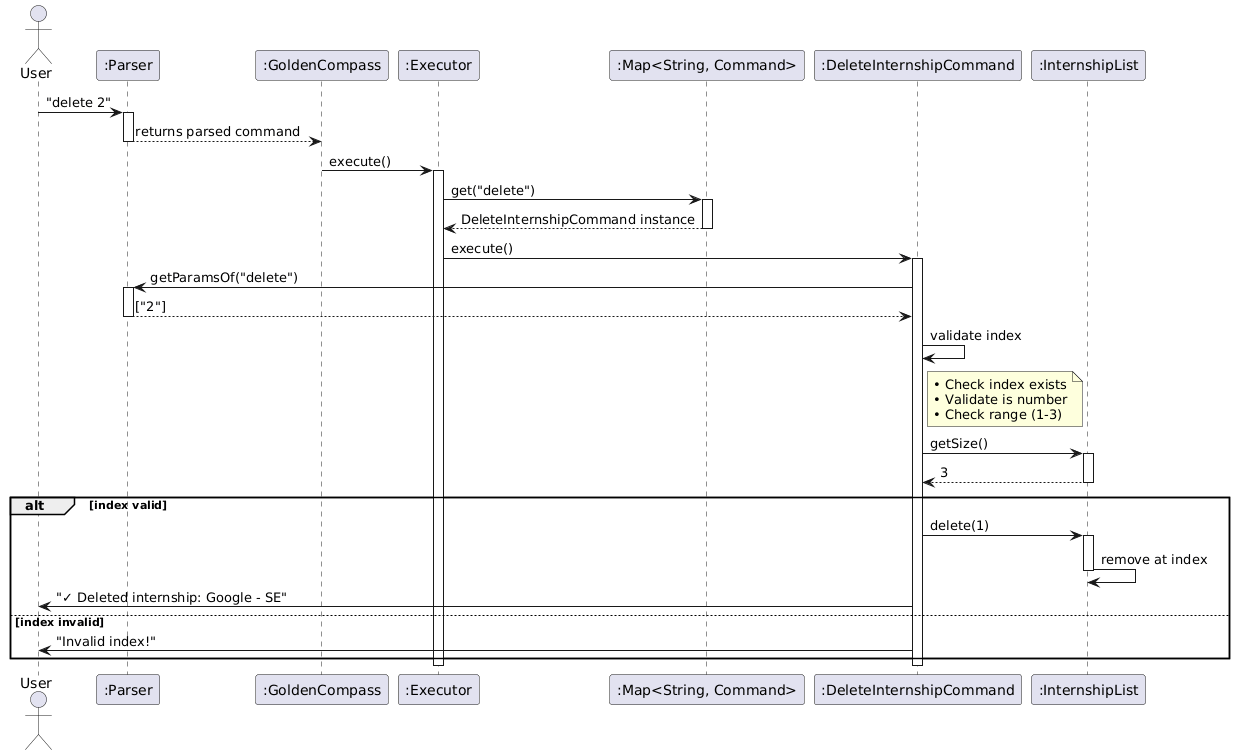
Yian123330/tp keeps this PlantUML diagram as docs/diagrams/DeleteInternshipCommandSequenceDiagram.png. Above is the earlier version. Its diagram source:
```plantuml
@startuml
actor User
participant ":Parser" as Parser
participant ":GoldenCompass" as GC
participant ":Executor" as Exec
participant ":Map<String, Command>" as CommandMap
participant ":DeleteInternshipCommand" as Cmd
participant ":InternshipList" as List

User -> Parser : "delete 2"
activate Parser
Parser --> GC : returns parsed command
deactivate Parser

GC -> Exec : execute()
activate Exec

Exec -> CommandMap : get("delete")
activate CommandMap
CommandMap --> Exec : DeleteInternshipCommand instance
deactivate CommandMap

Exec -> Cmd : execute()
activate Cmd

Cmd -> Parser : getParamsOf("delete")
activate Parser
Parser --> Cmd : ["2"]
deactivate Parser

Cmd -> Cmd : validate index
note right of Cmd : • Check index exists\n• Validate is number\n• Check range (1-3)

Cmd -> List : getSize()
activate List
List --> Cmd : 3
deactivate List

alt index valid
    Cmd -> List : delete(1)
    activate List
    List -> List : remove at index
    deactivate List

    Cmd -> User : "✓ Deleted internship: Google - SE"
else index invalid
    Cmd -> User : "Invalid index!"
end

deactivate Cmd
deactivate Exec
@enduml
```
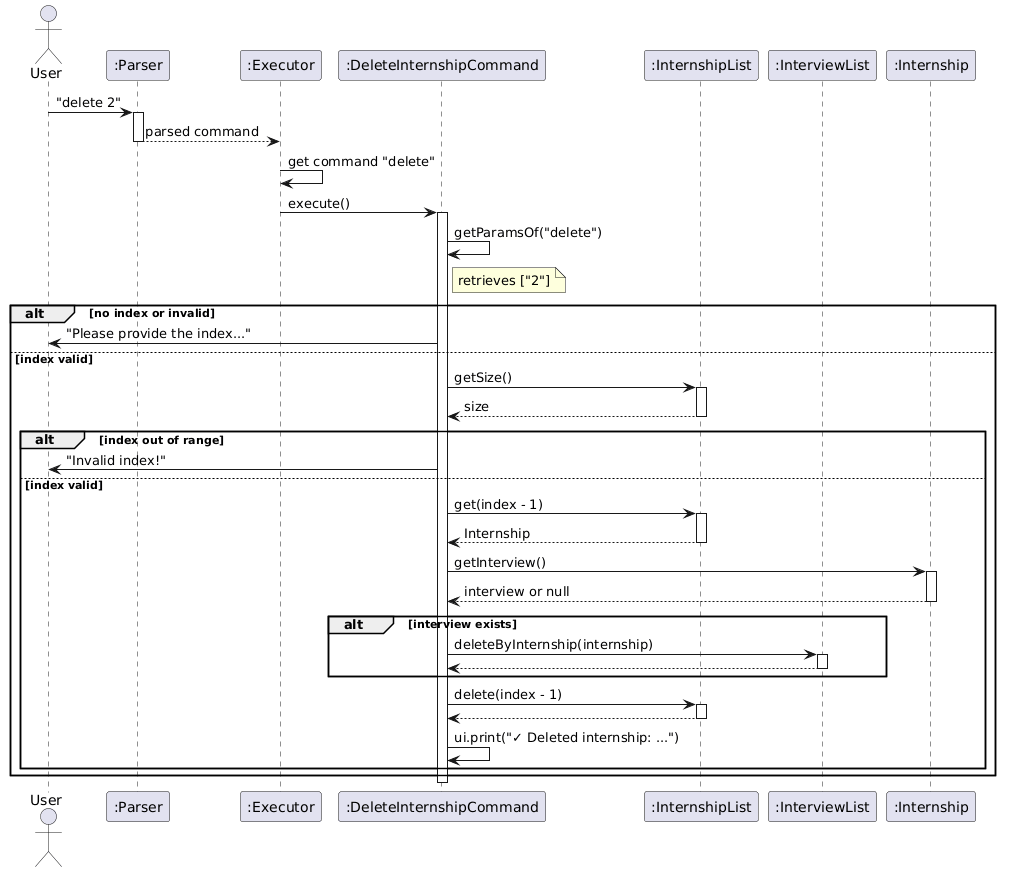
After the commit.

What changed in the source:
```diff
@@ -1,52 +1,60 @@
 @startuml
 actor User
 participant ":Parser" as Parser
-participant ":GoldenCompass" as GC
 participant ":Executor" as Exec
-participant ":Map<String, Command>" as CommandMap
 participant ":DeleteInternshipCommand" as Cmd
 participant ":InternshipList" as List
+participant ":InterviewList" as IVL
+participant ":Internship" as Intern
 
 User -> Parser : "delete 2"
 activate Parser
-Parser --> GC : returns parsed command
+Parser --> Exec : parsed command
 deactivate Parser
 
-GC -> Exec : execute()
-activate Exec
-
-Exec -> CommandMap : get("delete")
-activate CommandMap
-CommandMap --> Exec : DeleteInternshipCommand instance
-deactivate CommandMap
-
+Exec -> Exec : get command "delete"
 Exec -> Cmd : execute()
 activate Cmd
 
-Cmd -> Parser : getParamsOf("delete")
-activate Parser
-Parser --> Cmd : ["2"]
-deactivate Parser
+Cmd -> Cmd : getParamsOf("delete")
+note right of Cmd : retrieves ["2"]
 
-Cmd -> Cmd : validate index
-note right of Cmd : • Check index exists\n• Validate is number\n• Check range (1-3)
-
-Cmd -> List : getSize()
-activate List
-List --> Cmd : 3
-deactivate List
-
-alt index valid
-    Cmd -> List : delete(1)
+alt no index or invalid
+    Cmd -> User : "Please provide the index..."
+else index valid
+    Cmd -> List : getSize()
     activate List
-    List -> List : remove at index
+    List --> Cmd : size
     deactivate List
 
-    Cmd -> User : "✓ Deleted internship: Google - SE"
-else index invalid
-    Cmd -> User : "Invalid index!"
+    alt index out of range
+        Cmd -> User : "Invalid index!"
+    else index valid
+        Cmd -> List : get(index - 1)
+        activate List
+        List --> Cmd : Internship
+        deactivate List
+
+        Cmd -> Intern : getInterview()
+        activate Intern
+        Intern --> Cmd : interview or null
+        deactivate Intern
+
+        alt interview exists
+            Cmd -> IVL : deleteByInternship(internship)
+            activate IVL
+            IVL --> Cmd
+            deactivate IVL
+        end
+
+        Cmd -> List : delete(index - 1)
+        activate List
+        List --> Cmd
+        deactivate List
+
+        Cmd -> Cmd : ui.print("✓ Deleted internship: ...")
+    end
 end
 
 deactivate Cmd
-deactivate Exec
 @enduml
```
